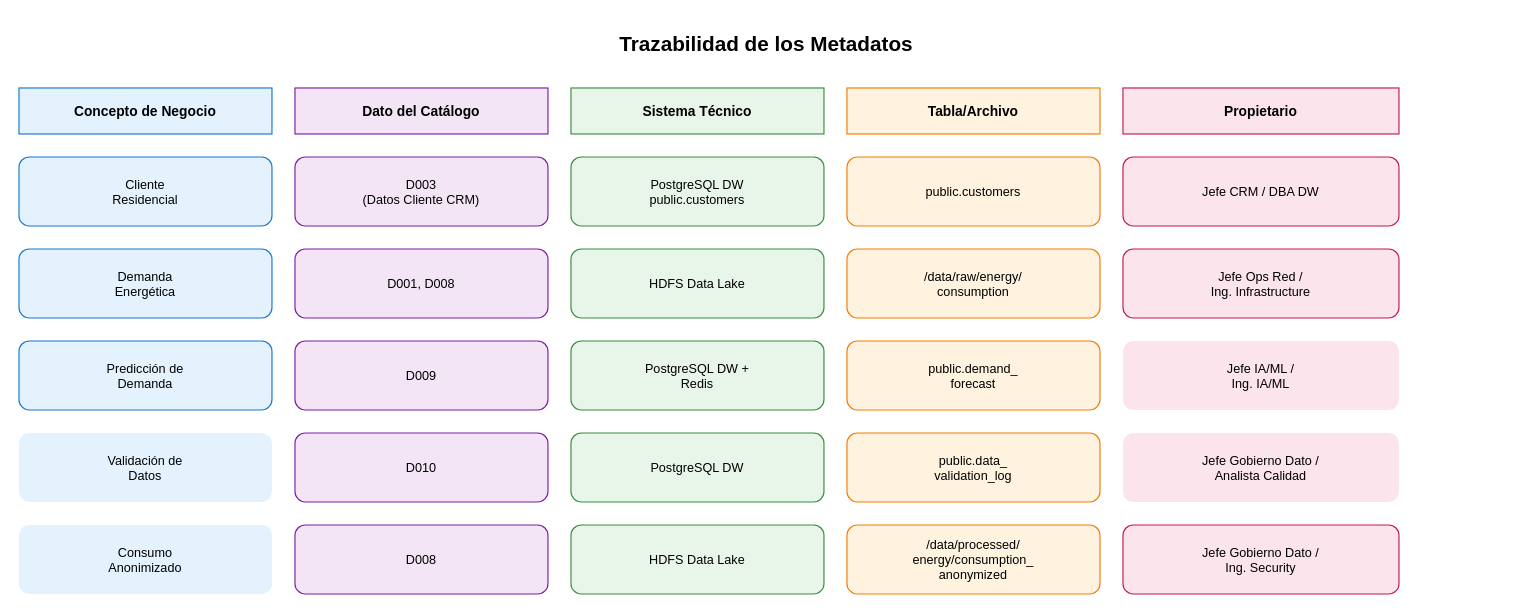
Before: figuras/trazabilidad-metadatos.drawio in joseluiscasado/gestion-datos-energitech, a draw.io diagram. Source tidied: cells renumbered, new cells numbered last; positions are measured from the earlier drawing's top-left corner, leaving out a move shared by most shapes. Both pictures are drawn from the tidied source at 115%, with x=0, y=0 at pixel (18, 18).
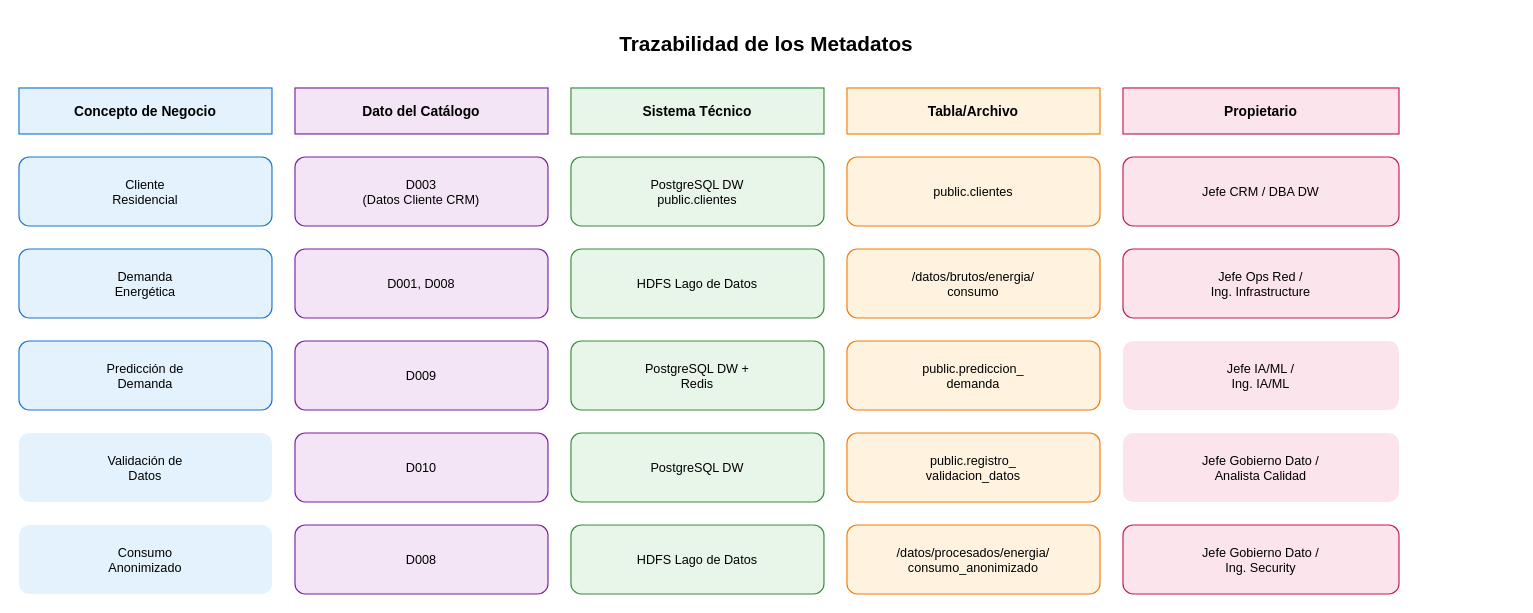
The same page after the edit.

Diff of the diagram source:
```diff
@@
-    <mxCell id="10" value="PostgreSQL DW&#10;public.customers" style="text;fontSize=11;align=center;verticalAlign=middle;fillColor=#E8F5E9;strokeColor=#388E3C;rounded=1;" parent="1" vertex="1">
+    <mxCell id="10" value="PostgreSQL DW&#10;public.clientes" style="text;fontSize=11;align=center;verticalAlign=middle;fillColor=#E8F5E9;strokeColor=#388E3C;rounded=1;" parent="1" vertex="1">
       <mxGeometry x="480" y="120" width="220" height="60" as="geometry" />
     </mxCell>
-    <mxCell id="11" value="public.customers" style="text;fontSize=11;align=center;verticalAlign=middle;fillColor=#FFF3E0;strokeColor=#F57C00;rounded=1;" parent="1" vertex="1">
+    <mxCell id="11" value="public.clientes" style="text;fontSize=11;align=center;verticalAlign=middle;fillColor=#FFF3E0;strokeColor=#F57C00;rounded=1;" parent="1" vertex="1">
       <mxGeometry x="720" y="120" width="220" height="60" as="geometry" />
     </mxCell>
@@
-    <mxCell id="15" value="HDFS Data Lake" style="text;fontSize=11;align=center;verticalAlign=middle;fillColor=#E8F5E9;strokeColor=#388E3C;rounded=1;" parent="1" vertex="1">
+    <mxCell id="15" value="HDFS Lago de Datos" style="text;fontSize=11;align=center;verticalAlign=middle;fillColor=#E8F5E9;strokeColor=#388E3C;rounded=1;" parent="1" vertex="1">
       <mxGeometry x="480" y="200" width="220" height="60" as="geometry" />
     </mxCell>
-    <mxCell id="16" value="/data/raw/energy/&#10;consumption" style="text;fontSize=11;align=center;verticalAlign=middle;fillColor=#FFF3E0;strokeColor=#F57C00;rounded=1;" parent="1" vertex="1">
+    <mxCell id="16" value="/datos/brutos/energia/&#10;consumo" style="text;fontSize=11;align=center;verticalAlign=middle;fillColor=#FFF3E0;strokeColor=#F57C00;rounded=1;" parent="1" vertex="1">
       <mxGeometry x="720" y="200" width="220" height="60" as="geometry" />
     </mxCell>
@@
-    <mxCell id="21" value="public.demand_&#10;forecast" style="text;fontSize=11;align=center;verticalAlign=middle;fillColor=#FFF3E0;strokeColor=#F57C00;rounded=1;" parent="1" vertex="1">
+    <mxCell id="21" value="public.prediccion_&#10;demanda" style="text;fontSize=11;align=center;verticalAlign=middle;fillColor=#FFF3E0;strokeColor=#F57C00;rounded=1;" parent="1" vertex="1">
       <mxGeometry x="720" y="280" width="220" height="60" as="geometry" />
     </mxCell>
@@
-    <mxCell id="26" value="public.data_&#10;validation_log" style="text;fontSize=11;align=center;verticalAlign=middle;fillColor=#FFF3E0;strokeColor=#F57C00;rounded=1;" parent="1" vertex="1">
+    <mxCell id="26" value="public.registro_&#10;validacion_datos" style="text;fontSize=11;align=center;verticalAlign=middle;fillColor=#FFF3E0;strokeColor=#F57C00;rounded=1;" parent="1" vertex="1">
       <mxGeometry x="720" y="360" width="220" height="60" as="geometry" />
     </mxCell>
@@
-    <mxCell id="30" value="HDFS Data Lake" style="text;fontSize=11;align=center;verticalAlign=middle;fillColor=#E8F5E9;strokeColor=#388E3C;rounded=1;" parent="1" vertex="1">
+    <mxCell id="30" value="HDFS Lago de Datos" style="text;fontSize=11;align=center;verticalAlign=middle;fillColor=#E8F5E9;strokeColor=#388E3C;rounded=1;" parent="1" vertex="1">
       <mxGeometry x="480" y="440" width="220" height="60" as="geometry" />
     </mxCell>
-    <mxCell id="31" value="/data/processed/&#10;energy/consumption_&#10;anonymized" style="text;fontSize=11;align=center;verticalAlign=middle;fillColor=#FFF3E0;strokeColor=#F57C00;rounded=1;" parent="1" vertex="1">
+    <mxCell id="31" value="/datos/procesados/energia/&#10;consumo_anonimizado" style="text;fontSize=11;align=center;verticalAlign=middle;fillColor=#FFF3E0;strokeColor=#F57C00;rounded=1;" parent="1" vertex="1">
       <mxGeometry x="720" y="440" width="220" height="60" as="geometry" />
     </mxCell>
```
